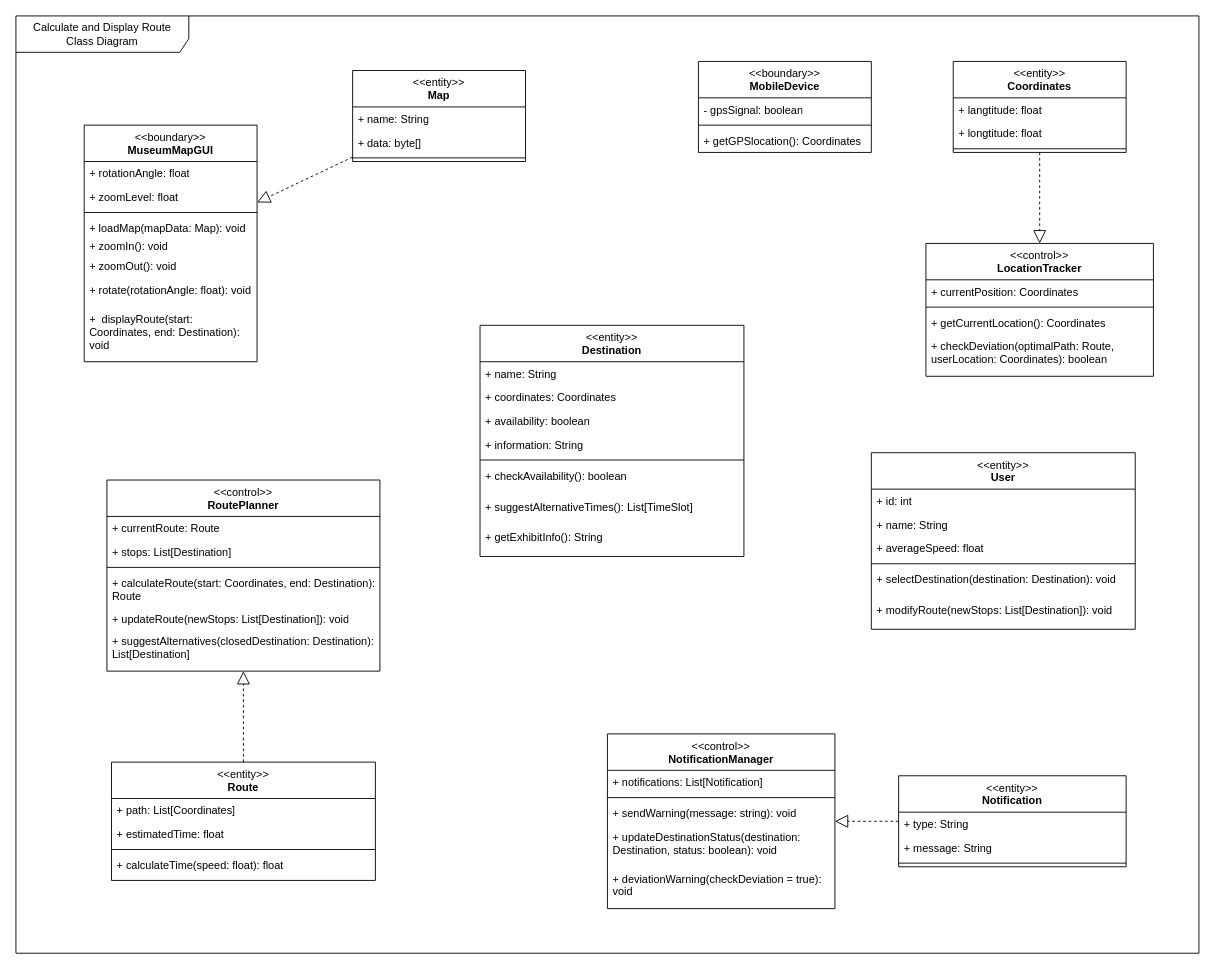
Above: Class Diagrams/Calculate and Display Route.drawio in gsklaven/MusePath (draw.io), before the change. Source tidied: cells renumbered, new cells numbered last; positions are measured from the earlier drawing's top-left corner, leaving out a move shared by most shapes. Both pictures are drawn from the tidied source at 91%, with x=0, y=0 at pixel (15, 15).
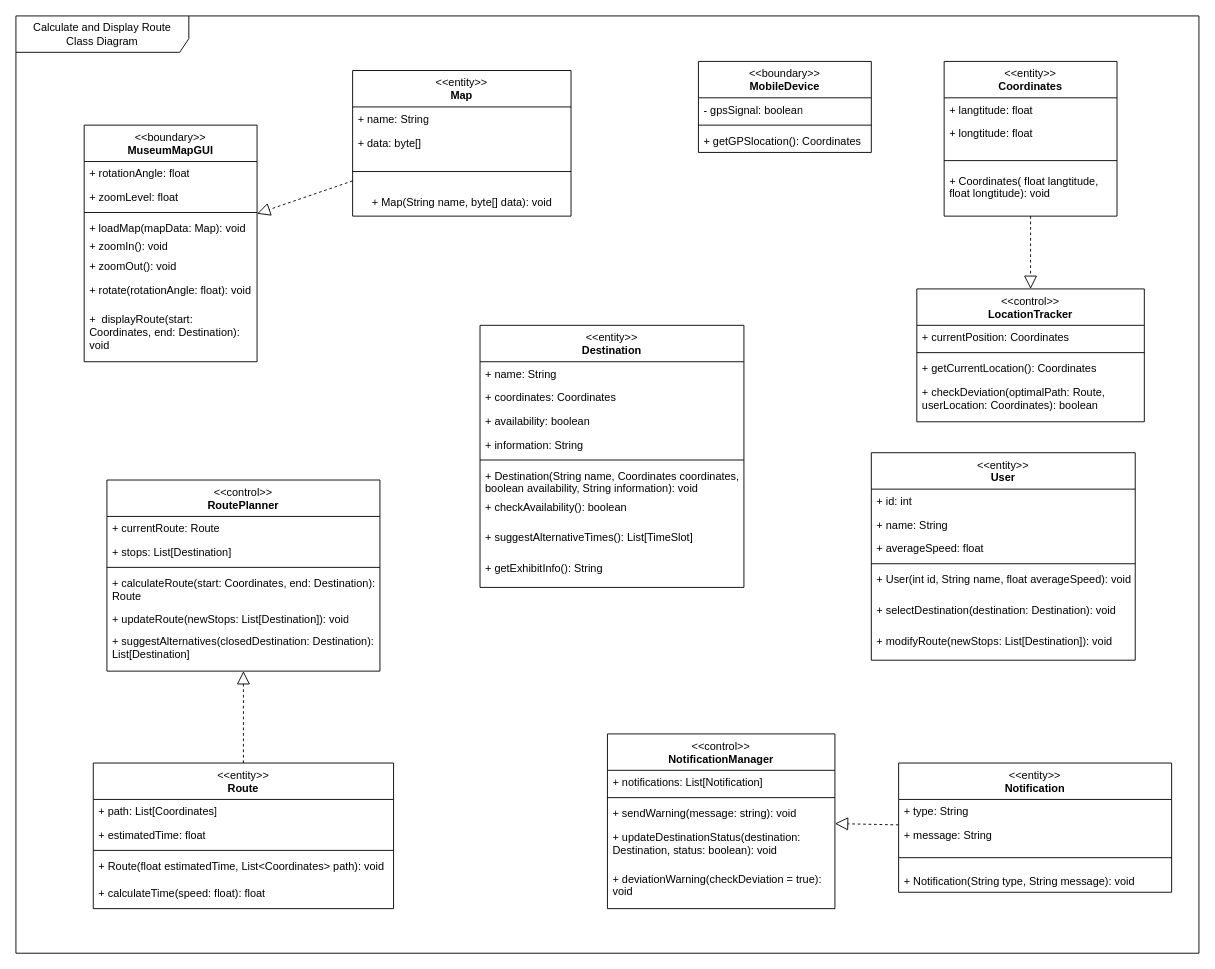
Above is the later version.

Diff of the diagram source:
```diff
@@
     <mxCell id="16" value="&lt;div&gt;&lt;span style=&quot;font-weight: normal;&quot;&gt;&amp;lt;&amp;lt;entity&amp;gt;&amp;gt;&lt;/span&gt;&lt;/div&gt;User" style="swimlane;fontStyle=1;align=center;verticalAlign=top;horizontal=1;startSize=40;whiteSpace=wrap;html=1;" parent="1" vertex="1">
-      <mxGeometry x="940" y="480" width="290" height="194" as="geometry" />
+      <mxGeometry x="940" y="480" width="290" height="228" as="geometry" />
     </mxCell>
@@
-    <mxCell id="21" value="+ selectDestination(destination: Destination): void" style="text;strokeColor=none;fillColor=none;align=left;verticalAlign=top;spacingLeft=4;spacingRight=4;overflow=hidden;whiteSpace=wrap;html=1;" parent="16" vertex="1">
+    <mxCell id="21" value="+ User(int id, String name, float averageSpeed): void" style="text;strokeColor=none;fillColor=none;align=left;verticalAlign=top;spacingLeft=4;spacingRight=4;overflow=hidden;whiteSpace=wrap;html=1;" parent="16" vertex="1">
       <mxGeometry y="126" width="290" height="34" as="geometry" />
     </mxCell>
+    <mxCell id="71" value="+ selectDestination(destination: Destination): void" style="text;strokeColor=none;fillColor=none;align=left;verticalAlign=top;spacingLeft=4;spacingRight=4;overflow=hidden;whiteSpace=wrap;html=1;" parent="16" vertex="1">
+      <mxGeometry y="160" width="290" height="34" as="geometry" />
+    </mxCell>
     <mxCell id="22" value="+ modifyRoute(newStops: List[Destination]): void" style="text;strokeColor=none;fillColor=none;align=left;verticalAlign=top;spacingLeft=4;spacingRight=4;overflow=hidden;whiteSpace=wrap;html=1;" parent="16" vertex="1">
-      <mxGeometry y="160" width="290" height="34" as="geometry" />
+      <mxGeometry y="194" width="290" height="34" as="geometry" />
     </mxCell>
     <mxCell id="23" value="&lt;div&gt;&lt;span style=&quot;font-weight: normal;&quot;&gt;&amp;lt;&amp;lt;entity&amp;gt;&amp;gt;&lt;/span&gt;&lt;/div&gt;Destination" style="swimlane;fontStyle=1;align=center;verticalAlign=top;horizontal=1;startSize=40;whiteSpace=wrap;html=1;" parent="1" vertex="1">
-      <mxGeometry x="510" y="340" width="290" height="254" as="geometry" />
+      <mxGeometry x="510" y="340" width="290" height="288" as="geometry" />
     </mxCell>
@@
-    <mxCell id="29" value="+ checkAvailability(): boolean" style="text;strokeColor=none;fillColor=none;align=left;verticalAlign=top;spacingLeft=4;spacingRight=4;overflow=hidden;whiteSpace=wrap;html=1;" parent="23" vertex="1">
+    <mxCell id="29" value="+ Destination(String name, Coordinates coordinates, boolean availability, String information): void" style="text;strokeColor=none;fillColor=none;align=left;verticalAlign=top;spacingLeft=4;spacingRight=4;overflow=hidden;whiteSpace=wrap;html=1;" parent="23" vertex="1">
       <mxGeometry y="152" width="290" height="34" as="geometry" />
     </mxCell>
+    <mxCell id="72" value="+ checkAvailability(): boolean" style="text;strokeColor=none;fillColor=none;align=left;verticalAlign=top;spacingLeft=4;spacingRight=4;overflow=hidden;whiteSpace=wrap;html=1;" parent="23" vertex="1">
+      <mxGeometry y="186" width="290" height="34" as="geometry" />
+    </mxCell>
     <mxCell id="30" value="+ suggestAlternativeTimes(): List[TimeSlot]" style="text;strokeColor=none;fillColor=none;align=left;verticalAlign=top;spacingLeft=4;spacingRight=4;overflow=hidden;whiteSpace=wrap;html=1;" parent="23" vertex="1">
-      <mxGeometry y="186" width="290" height="34" as="geometry" />
+      <mxGeometry y="220" width="290" height="34" as="geometry" />
     </mxCell>
     <mxCell id="31" value="+&amp;nbsp;getExhibitInfo(): String" style="text;strokeColor=none;fillColor=none;align=left;verticalAlign=top;spacingLeft=4;spacingRight=4;overflow=hidden;whiteSpace=wrap;html=1;" parent="23" vertex="1">
-      <mxGeometry y="220" width="290" height="34" as="geometry" />
+      <mxGeometry y="254" width="290" height="34" as="geometry" />
     </mxCell>
     <mxCell id="32" value="&lt;div&gt;&lt;span style=&quot;font-weight: normal;&quot;&gt;&amp;lt;&amp;lt;entity&amp;gt;&amp;gt;&lt;/span&gt;&lt;/div&gt;Route" style="swimlane;fontStyle=1;align=center;verticalAlign=top;horizontal=1;startSize=40;whiteSpace=wrap;html=1;" parent="1" vertex="1">
-      <mxGeometry x="105" y="820" width="290" height="130" as="geometry" />
+      <mxGeometry x="85" y="821" width="330" height="160" as="geometry" />
     </mxCell>
     <mxCell id="33" value="+ path: List[Coordinates]" style="text;strokeColor=none;fillColor=none;align=left;verticalAlign=top;spacingLeft=4;spacingRight=4;overflow=hidden;whiteSpace=wrap;html=1;" parent="32" vertex="1">
-      <mxGeometry y="40" width="290" height="26" as="geometry" />
+      <mxGeometry y="40" width="330" height="26" as="geometry" />
     </mxCell>
     <mxCell id="34" value="+ estimatedTime: float" style="text;strokeColor=none;fillColor=none;align=left;verticalAlign=top;spacingLeft=4;spacingRight=4;overflow=hidden;whiteSpace=wrap;html=1;" parent="32" vertex="1">
-      <mxGeometry y="66" width="290" height="26" as="geometry" />
+      <mxGeometry y="66" width="330" height="26" as="geometry" />
     </mxCell>
     <mxCell id="35" style="line;strokeWidth=1;fillColor=none;align=left;verticalAlign=middle;spacingTop=-1;spacingLeft=3;spacingRight=3;labelPosition=right;strokeColor=inherit;" parent="32" vertex="1">
-      <mxGeometry y="92" width="290" height="8" as="geometry" />
+      <mxGeometry y="92" width="330" height="8" as="geometry" />
     </mxCell>
+    <mxCell id="73" value="+ Route(float estimatedTime, List&amp;lt;Coordinates&amp;gt; path): void" style="text;strokeColor=none;fillColor=none;align=left;verticalAlign=top;spacingLeft=4;spacingRight=4;overflow=hidden;whiteSpace=wrap;html=1;" parent="32" vertex="1">
+      <mxGeometry y="100" width="330" height="30" as="geometry" />
+    </mxCell>
     <mxCell id="36" value="+ calculateTime(speed: float): float" style="text;strokeColor=none;fillColor=none;align=left;verticalAlign=top;spacingLeft=4;spacingRight=4;overflow=hidden;whiteSpace=wrap;html=1;" parent="32" vertex="1">
-      <mxGeometry y="100" width="290" height="30" as="geometry" />
+      <mxGeometry y="130" width="330" height="30" as="geometry" />
     </mxCell>
@@
     <mxCell id="50" value="&lt;div&gt;&lt;span style=&quot;font-weight: normal;&quot;&gt;&amp;lt;&amp;lt;control&amp;gt;&amp;gt;&lt;/span&gt;&lt;/div&gt;LocationTracker" style="swimlane;fontStyle=1;align=center;verticalAlign=top;horizontal=1;startSize=40;whiteSpace=wrap;html=1;" parent="1" vertex="1">
-      <mxGeometry x="1000" y="250" width="250" height="146" as="geometry" />
+      <mxGeometry x="990" y="300" width="250" height="146" as="geometry" />
     </mxCell>
@@
     <mxCell id="55" value="&lt;div&gt;&lt;span style=&quot;font-weight: normal;&quot;&gt;&amp;lt;&amp;lt;entity&amp;gt;&amp;gt;&lt;/span&gt;&lt;/div&gt;Coordinates" style="swimlane;fontStyle=1;align=center;verticalAlign=top;horizontal=1;startSize=40;whiteSpace=wrap;html=1;" parent="1" vertex="1">
-      <mxGeometry x="1030" y="50" width="190" height="100" as="geometry" />
+      <mxGeometry x="1020" y="50" width="190" height="170" as="geometry" />
     </mxCell>
@@
     <mxCell id="57" value="+ longtitude: float" style="text;strokeColor=none;fillColor=none;align=left;verticalAlign=top;spacingLeft=4;spacingRight=4;overflow=hidden;whiteSpace=wrap;html=1;" parent="55" vertex="1">
-      <mxGeometry y="66" width="190" height="26" as="geometry" />
+      <mxGeometry y="66" width="190" height="34" as="geometry" />
     </mxCell>
     <mxCell id="58" style="line;strokeWidth=1;fillColor=none;align=left;verticalAlign=middle;spacingTop=-1;spacingLeft=3;spacingRight=3;labelPosition=right;strokeColor=inherit;" parent="55" vertex="1">
-      <mxGeometry y="92" width="190" height="8" as="geometry" />
+      <mxGeometry y="100" width="190" height="18" as="geometry" />
     </mxCell>
+    <mxCell id="74" value="+ Coordinates( float langtitude, float longtitude): void" style="text;strokeColor=none;fillColor=none;align=left;verticalAlign=top;spacingLeft=4;spacingRight=4;overflow=hidden;whiteSpace=wrap;html=1;" parent="55" vertex="1">
+      <mxGeometry y="118" width="190" height="52" as="geometry" />
+    </mxCell>
     <mxCell id="59" value="&lt;div&gt;&lt;span style=&quot;font-weight: normal;&quot;&gt;&amp;lt;&amp;lt;entity&amp;gt;&amp;gt;&lt;/span&gt;&lt;/div&gt;Map" style="swimlane;fontStyle=1;align=center;verticalAlign=top;horizontal=1;startSize=40;whiteSpace=wrap;html=1;" parent="1" vertex="1">
-      <mxGeometry x="370" y="60" width="190" height="100" as="geometry" />
+      <mxGeometry x="370" y="60" width="240" height="160" as="geometry" />
     </mxCell>
     <mxCell id="60" value="+ name: String" style="text;strokeColor=none;fillColor=none;align=left;verticalAlign=top;spacingLeft=4;spacingRight=4;overflow=hidden;whiteSpace=wrap;html=1;" parent="59" vertex="1">
-      <mxGeometry y="40" width="190" height="26" as="geometry" />
+      <mxGeometry y="40" width="240" height="26" as="geometry" />
     </mxCell>
     <mxCell id="61" value="+ data: byte[]" style="text;strokeColor=none;fillColor=none;align=left;verticalAlign=top;spacingLeft=4;spacingRight=4;overflow=hidden;whiteSpace=wrap;html=1;" parent="59" vertex="1">
-      <mxGeometry y="66" width="190" height="26" as="geometry" />
+      <mxGeometry y="66" width="240" height="26" as="geometry" />
     </mxCell>
     <mxCell id="62" style="line;strokeWidth=1;fillColor=none;align=left;verticalAlign=middle;spacingTop=-1;spacingLeft=3;spacingRight=3;labelPosition=right;strokeColor=inherit;" parent="59" vertex="1">
-      <mxGeometry y="92" width="190" height="8" as="geometry" />
+      <mxGeometry y="92" width="240" height="38" as="geometry" />
     </mxCell>
+    <mxCell id="75" value="+ Map(String name, byte[] data): void" style="text;html=1;align=center;verticalAlign=middle;strokeColor=none;fillColor=none;" parent="59" vertex="1">
+      <mxGeometry y="130" width="240" height="30" as="geometry" />
+    </mxCell>
     <mxCell id="63" value="&lt;div&gt;&lt;span style=&quot;font-weight: normal;&quot;&gt;&amp;lt;&amp;lt;entity&amp;gt;&amp;gt;&lt;/span&gt;&lt;/div&gt;Notification" style="swimlane;fontStyle=1;align=center;verticalAlign=top;horizontal=1;startSize=40;whiteSpace=wrap;html=1;" parent="1" vertex="1">
-      <mxGeometry x="970" y="835" width="250" height="100" as="geometry" />
+      <mxGeometry x="970" y="821" width="300" height="142" as="geometry" />
     </mxCell>
     <mxCell id="64" value="+ type: String" style="text;strokeColor=none;fillColor=none;align=left;verticalAlign=top;spacingLeft=4;spacingRight=4;overflow=hidden;whiteSpace=wrap;html=1;" parent="63" vertex="1">
-      <mxGeometry y="40" width="250" height="26" as="geometry" />
+      <mxGeometry y="40" width="300" height="26" as="geometry" />
     </mxCell>
     <mxCell id="65" value="+ message: String" style="text;strokeColor=none;fillColor=none;align=left;verticalAlign=top;spacingLeft=4;spacingRight=4;overflow=hidden;whiteSpace=wrap;html=1;" parent="63" vertex="1">
-      <mxGeometry y="66" width="250" height="26" as="geometry" />
+      <mxGeometry y="66" width="300" height="26" as="geometry" />
     </mxCell>
     <mxCell id="66" style="line;strokeWidth=1;fillColor=none;align=left;verticalAlign=middle;spacingTop=-1;spacingLeft=3;spacingRight=3;labelPosition=right;strokeColor=inherit;" parent="63" vertex="1">
-      <mxGeometry y="92" width="250" height="8" as="geometry" />
+      <mxGeometry y="92" width="300" height="24" as="geometry" />
     </mxCell>
+    <mxCell id="76" value="+ Notification(String type, String message): void" style="text;strokeColor=none;fillColor=none;align=left;verticalAlign=top;spacingLeft=4;spacingRight=4;overflow=hidden;whiteSpace=wrap;html=1;" parent="63" vertex="1">
+      <mxGeometry y="116" width="300" height="26" as="geometry" />
+    </mxCell>
```
